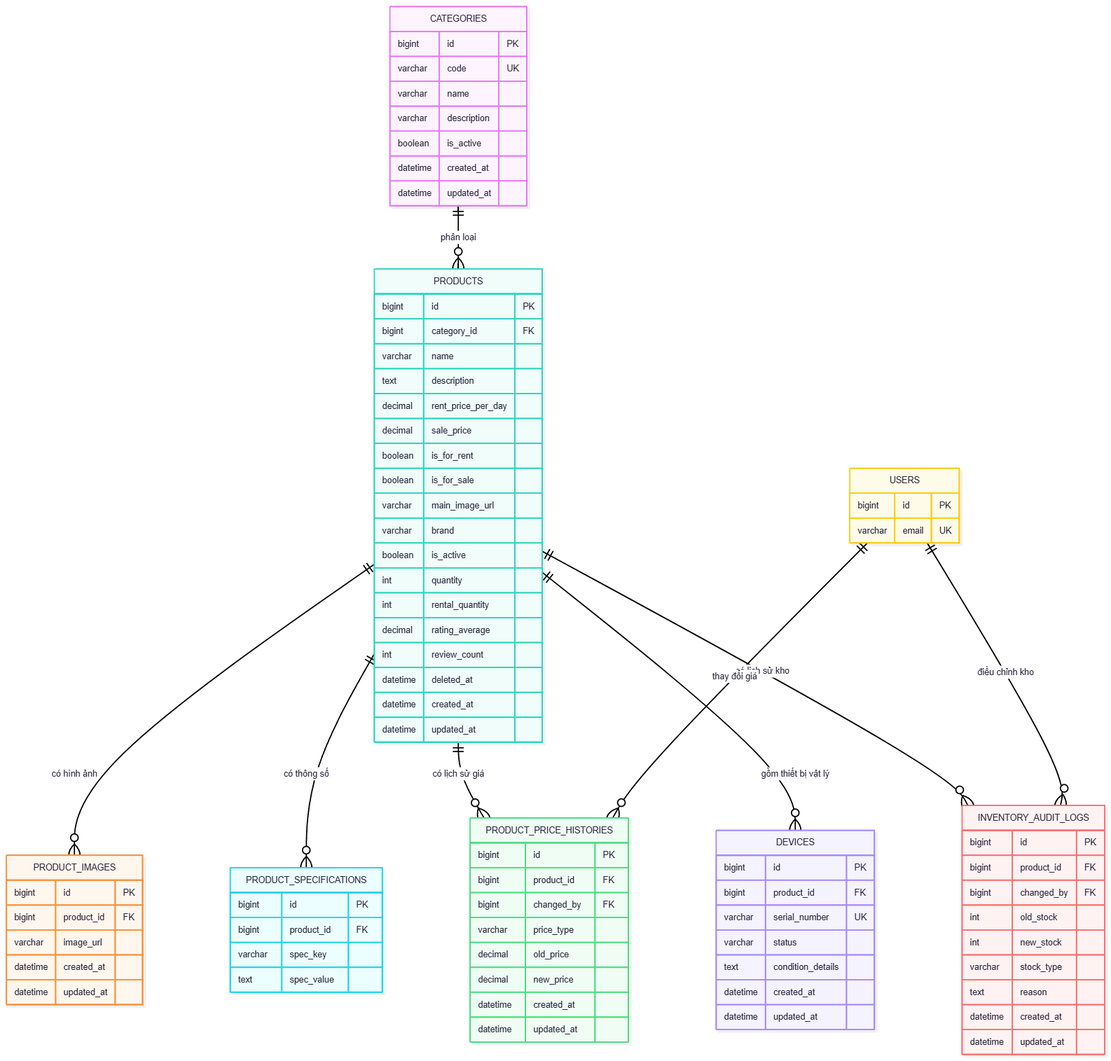
Before: docs/diagrams/image/identity_verification.png, a diagram exported from Mermaid (ZzZueszZ/digital-rental). Its source is kept beside it as docs/diagrams/mermaid/identity_verification.mmd.
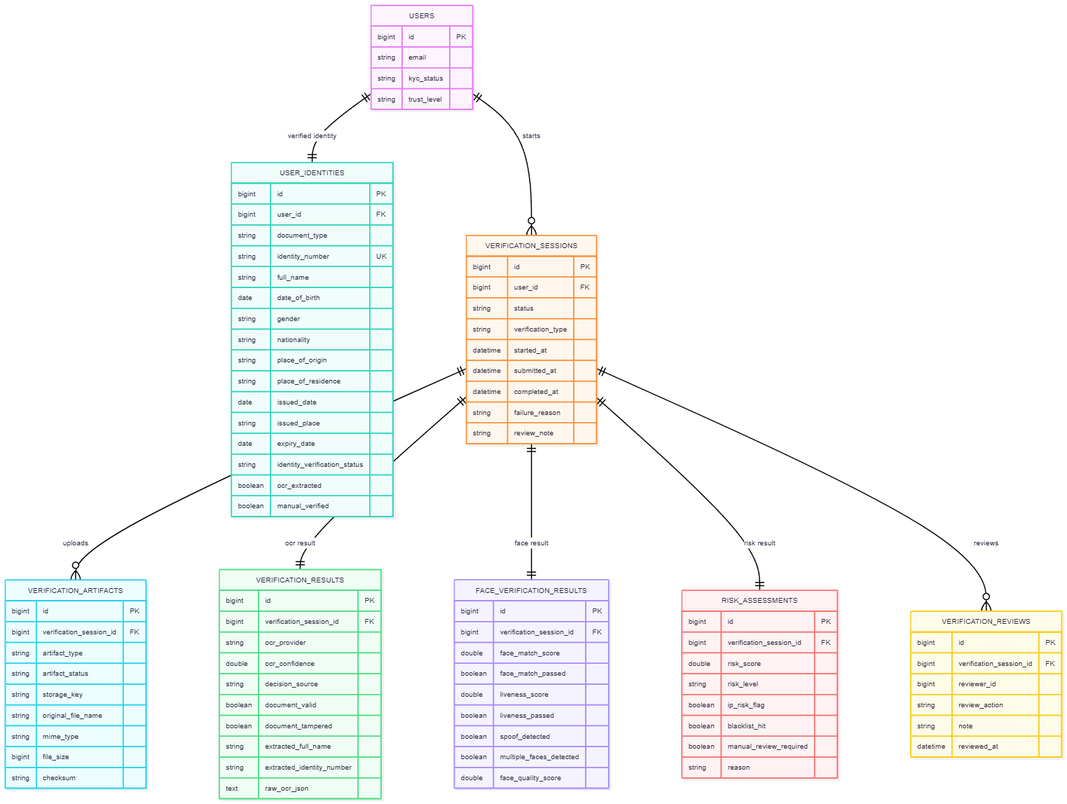
The same file after the commit.

Diff of the diagram source:
```diff
@@ -1,63 +1,65 @@
 erDiagram
     USERS {
         bigint id PK
-        varchar email UK
-        varchar kyc_status
-        varchar trust_level
+        string email
+        string kyc_status
+        string trust_level
     }
 
     USER_IDENTITIES {
         bigint id PK
         bigint user_id FK
-        varchar document_type
-        varchar identity_number UK
-        varchar full_name
+        string document_type
+        string identity_number UK
+        string full_name
         date date_of_birth
-        varchar gender
-        varchar nationality
-        varchar place_of_residence
-        varchar identity_verification_status
+        string gender
+        string nationality
+        string place_of_origin
+        string place_of_residence
+        date issued_date
+        string issued_place
+        date expiry_date
+        string identity_verification_status
         boolean ocr_extracted
         boolean manual_verified
-        datetime verified_at
     }
 
     VERIFICATION_SESSIONS {
         bigint id PK
         bigint user_id FK
-        varchar status
-        varchar verification_type
+        string status
+        string verification_type
         datetime started_at
         datetime submitted_at
         datetime completed_at
-        varchar failure_reason
-        varchar review_note
+        string failure_reason
+        string review_note
     }
 
     VERIFICATION_ARTIFACTS {
         bigint id PK
         bigint verification_session_id FK
-        varchar artifact_type
-        varchar artifact_status
-        varchar storage_key
-        varchar mime_type
+        string artifact_type
+        string artifact_status
+        string storage_key
+        string original_file_name
+        string mime_type
         bigint file_size
-        varchar checksum
-        datetime uploaded_at
+        string checksum
     }
 
     VERIFICATION_RESULTS {
         bigint id PK
         bigint verification_session_id FK
-        varchar ocr_provider
+        string ocr_provider
         double ocr_confidence
-        varchar decision_source
+        string decision_source
         boolean document_valid
         boolean document_tampered
-        varchar extracted_full_name
-        varchar extracted_identity_number
+        string extracted_full_name
+        string extracted_identity_number
         text raw_ocr_json
-        datetime processed_at
     }
 
     FACE_VERIFICATION_RESULTS {
@@ -68,35 +70,35 @@
         double liveness_score
         boolean liveness_passed
         boolean spoof_detected
+        boolean multiple_faces_detected
         double face_quality_score
-        datetime processed_at
     }
 
     RISK_ASSESSMENTS {
         bigint id PK
         bigint verification_session_id FK
         double risk_score
-        varchar risk_level
+        string risk_level
         boolean ip_risk_flag
         boolean blacklist_hit
         boolean manual_review_required
-        varchar reason
+        string reason
     }
 
     VERIFICATION_REVIEWS {
         bigint id PK
         bigint verification_session_id FK
         bigint reviewer_id
-        varchar review_action
-        varchar note
+        string review_action
+        string note
         datetime reviewed_at
     }
 
-    USERS ||--o| USER_IDENTITIES : "có danh tính"
-    USERS ||--o{ VERIFICATION_SESSIONS : "khởi tạo"
+    USERS ||--|| USER_IDENTITIES : "verified identity"
+    USERS ||--o{ VERIFICATION_SESSIONS : "starts"
 
-    VERIFICATION_SESSIONS ||--o{ VERIFICATION_ARTIFACTS : "chứa tệp"
-    VERIFICATION_SESSIONS ||--o| VERIFICATION_RESULTS : "có OCR"
-    VERIFICATION_SESSIONS ||--o| FACE_VERIFICATION_RESULTS : "có Face Match"
-    VERIFICATION_SESSIONS ||--o| RISK_ASSESSMENTS : "được đánh giá"
-    VERIFICATION_SESSIONS ||--o{ VERIFICATION_REVIEWS : "được xét duyệt"
+    VERIFICATION_SESSIONS ||--o{ VERIFICATION_ARTIFACTS : "uploads"
+    VERIFICATION_SESSIONS ||--|| VERIFICATION_RESULTS : "ocr result"
+    VERIFICATION_SESSIONS ||--|| FACE_VERIFICATION_RESULTS : "face result"
+    VERIFICATION_SESSIONS ||--|| RISK_ASSESSMENTS : "risk result"
+    VERIFICATION_SESSIONS ||--o{ VERIFICATION_REVIEWS : "reviews"
```
